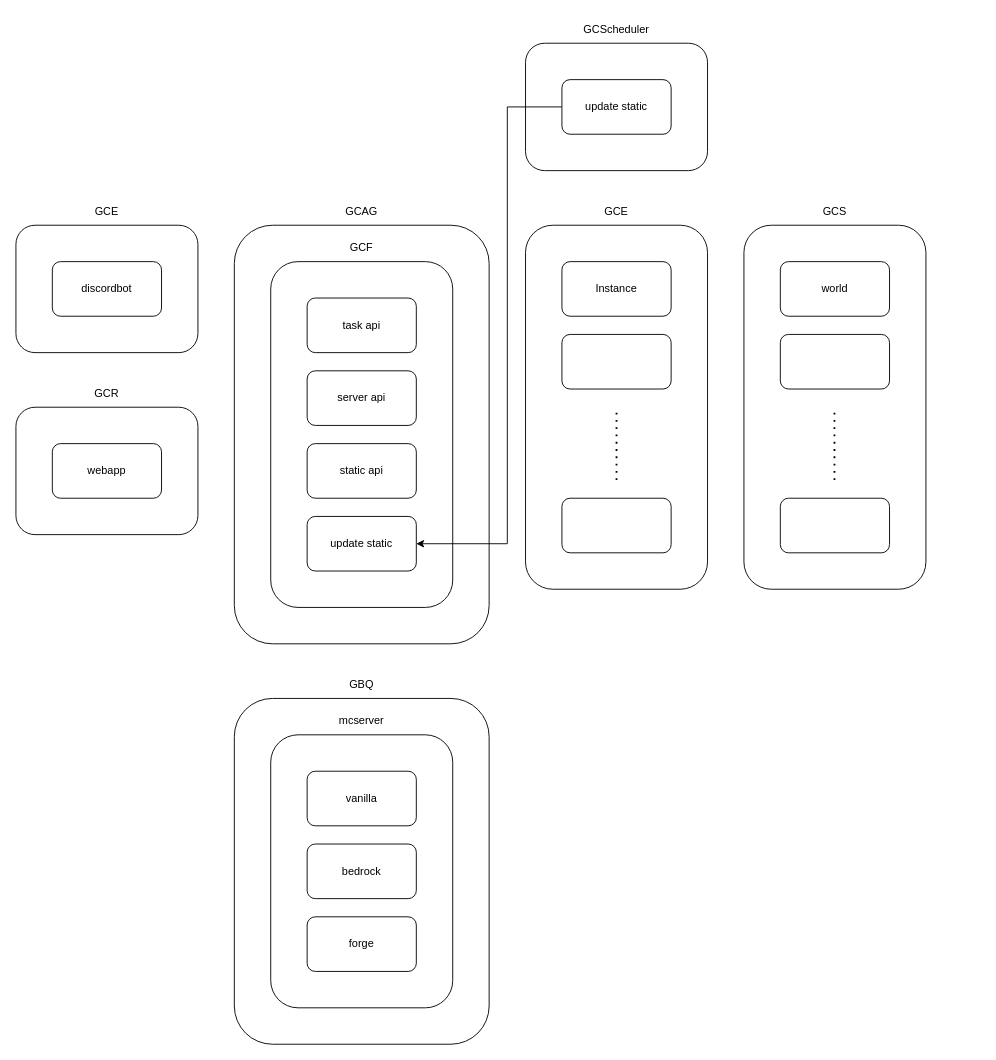
Before: page "ページ4" (4 of 4) of micrappu.drawio in tforce7171/MicraPPU-Planning, a draw.io diagram. Source tidied: cells renumbered, new cells numbered last; positions are measured from the earlier drawing's top-left corner, leaving out a move shared by most shapes. Both pictures are drawn from the tidied source at 91%, with x=0, y=0 at pixel (15, 15).
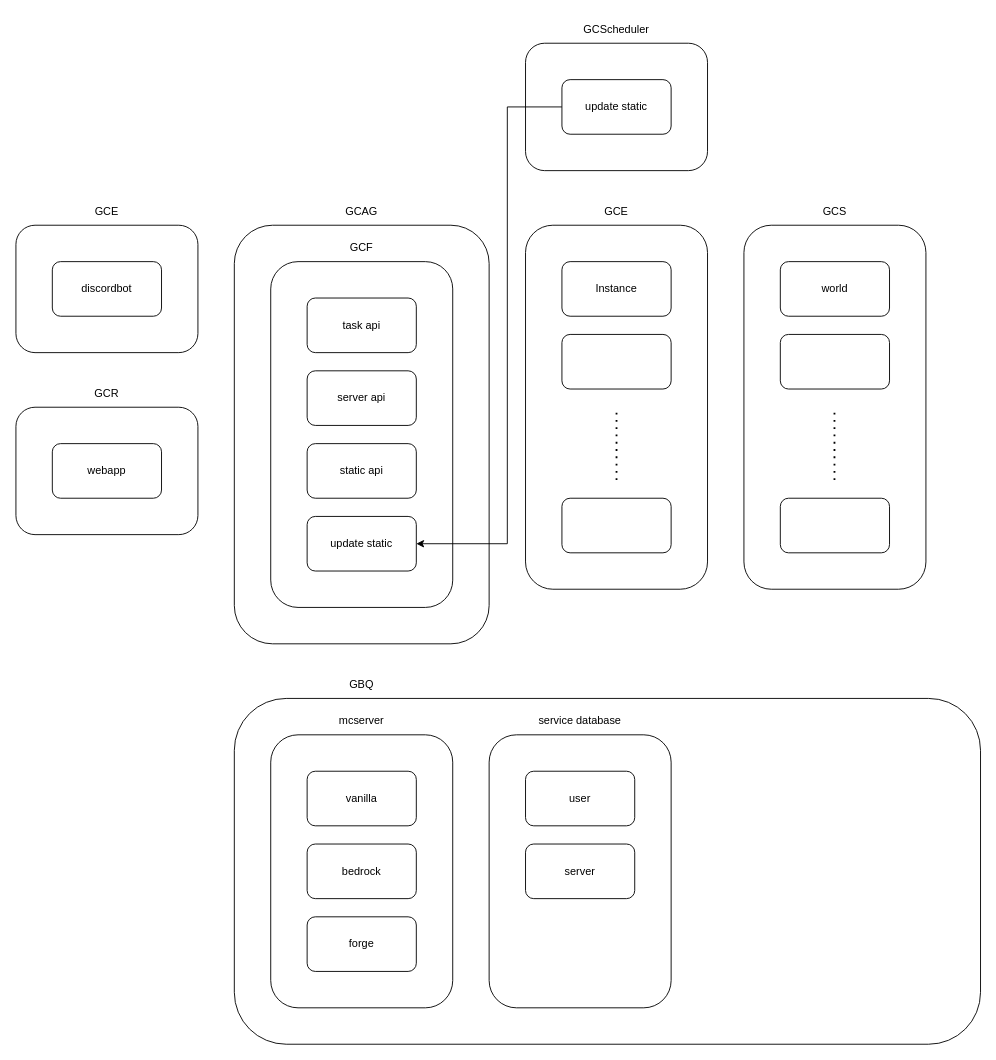
The same page after the edit.

Change to the diagram source:
```diff
@@
     <mxCell id="14" style="rounded=1;whiteSpace=wrap;html=1;fillColor=none;" parent="1" vertex="1">
-      <mxGeometry x="240" y="750" width="280" height="380" as="geometry" />
+      <mxGeometry x="240" y="750" width="820" height="380" as="geometry" />
     </mxCell>
@@
+    <mxCell id="39" style="rounded=1;whiteSpace=wrap;html=1;fillColor=none;" parent="1" vertex="1">
+      <mxGeometry x="520" y="790" width="200" height="300" as="geometry" />
+    </mxCell>
+    <mxCell id="40" value="service database" style="text;html=1;strokeColor=none;fillColor=none;align=center;verticalAlign=middle;whiteSpace=wrap;rounded=0;" parent="1" vertex="1">
+      <mxGeometry x="570" y="760" width="100" height="30" as="geometry" />
+    </mxCell>
+    <mxCell id="41" value="user" style="rounded=1;whiteSpace=wrap;html=1;" parent="1" vertex="1">
+      <mxGeometry x="560" y="830" width="120" height="60" as="geometry" />
+    </mxCell>
+    <mxCell id="42" value="server" style="rounded=1;whiteSpace=wrap;html=1;" parent="1" vertex="1">
+      <mxGeometry x="560" y="910" width="120" height="60" as="geometry" />
+    </mxCell>
```
